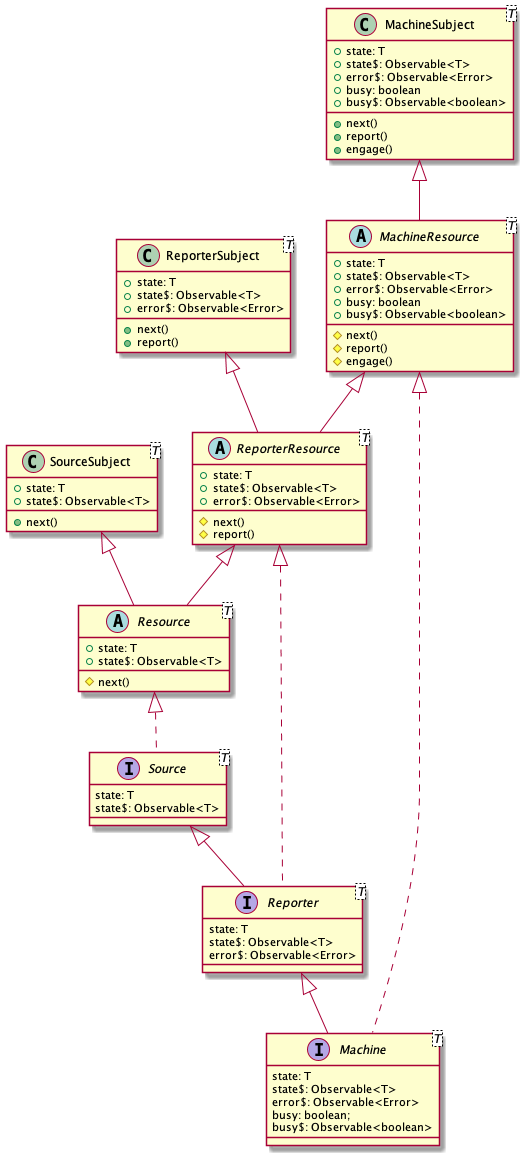
Above: assets/diagram.png in rafamel/komtrol (PlantUML), before the change.
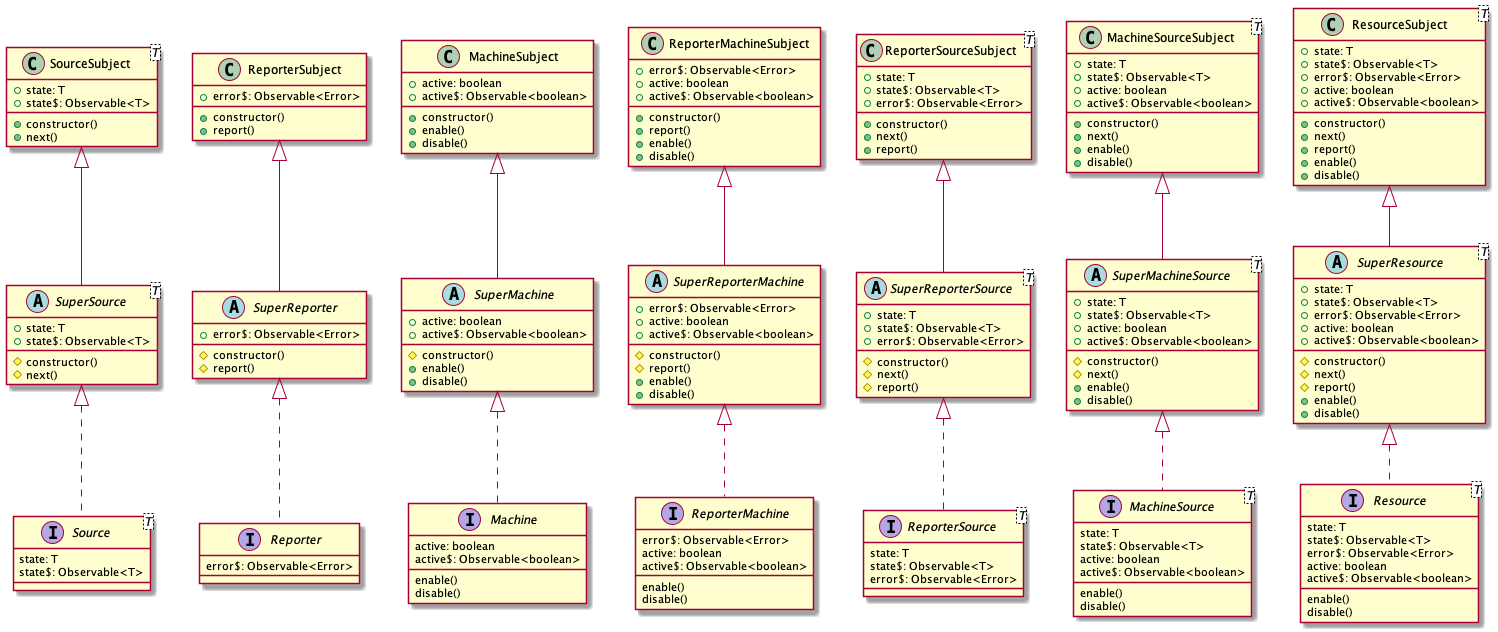
Above is the later version.

What changed in the source:
```diff
@@ -5,78 +5,190 @@
   state$: Observable<T>
 }
 
-Source <|-- Reporter
-interface Reporter<T> {
+SuperSource <|.. Source
+abstract class SuperSource<T> {
+  +state: T
+  +state$: Observable<T>
+  #constructor()
+  #next()
+}
+
+SourceSubject <|-- SuperSource
+class SourceSubject<T> {
+  +state: T
+  +state$: Observable<T>
+  +constructor()
+  +next()
+}
+
+interface Reporter {
+  error$: Observable<Error>
+}
+
+SuperReporter <|.. Reporter
+abstract class SuperReporter {
+  +error$: Observable<Error>
+  #constructor()
+  #report()
+}
+
+ReporterSubject <|-- SuperReporter
+class ReporterSubject {
+  +error$: Observable<Error>
+  +constructor()
+  +report()
+}
+
+interface Machine {
+  active: boolean
+  active$: Observable<boolean>
+  enable()
+  disable()
+}
+
+SuperMachine <|.. Machine
+abstract class SuperMachine {
+  +active: boolean
+  +active$: Observable<boolean>
+  #constructor()
+  +enable()
+  +disable()
+}
+
+MachineSubject <|-- SuperMachine
+class MachineSubject {
+  +active: boolean
+  +active$: Observable<boolean>
+  +constructor()
+  +enable()
+  +disable()
+}
+
+interface ReporterMachine {
+  error$: Observable<Error>
+  active: boolean
+  active$: Observable<boolean>
+  enable()
+  disable()
+}
+
+SuperReporterMachine <|.. ReporterMachine
+abstract class SuperReporterMachine {
+  +error$: Observable<Error>
+  +active: boolean
+  +active$: Observable<boolean>
+  #constructor()
+  #report()
+  +enable()
+  +disable()
+}
+
+ReporterMachineSubject <|-- SuperReporterMachine
+class ReporterMachineSubject {
+  +error$: Observable<Error>
+  +active: boolean
+  +active$: Observable<boolean>
+  +constructor()
+  +report()
+  +enable()
+  +disable()
+}
+
+interface ReporterSource<T> {
   state: T
   state$: Observable<T>
   error$: Observable<Error>
 }
 
-Reporter <|-- Machine
-interface Machine<T> {
-  state: T
-  state$: Observable<T>
-  error$: Observable<Error>
-  busy: boolean;
-  busy$: Observable<boolean>
-}
-
-Resource <|.. Source
-abstract class Resource<T> {
-  +state: T
-  +state$: Observable<T>
-  #next()
-}
-
-SourceSubject <|-- Resource
-class SourceSubject<T> {
-  +state: T
-  +state$: Observable<T>
-  +next()
-}
-
-ReporterResource <|.. Reporter
-ReporterResource <|-- Resource
-abstract class ReporterResource<T> {
+SuperReporterSource <|.. ReporterSource
+abstract class SuperReporterSource<T> {
   +state: T
   +state$: Observable<T>
   +error$: Observable<Error>
+  #constructor()
   #next()
   #report()
 }
 
-ReporterSubject <|-- ReporterResource
-class ReporterSubject<T> {
+ReporterSourceSubject <|-- SuperReporterSource
+class ReporterSourceSubject<T> {
   +state: T
   +state$: Observable<T>
   +error$: Observable<Error>
+  +constructor()
   +next()
   +report()
 }
 
-MachineResource <|.. Machine
-MachineResource <|-- ReporterResource
-abstract class MachineResource<T> {
+interface MachineSource<T> {
+  state: T
+  state$: Observable<T>
+  active: boolean
+  active$: Observable<boolean>
+  enable()
+  disable()
+}
+
+SuperMachineSource <|.. MachineSource
+abstract class SuperMachineSource<T> {
+  +state: T
+  +state$: Observable<T>
+  +active: boolean
+  +active$: Observable<boolean>
+  #constructor()
+  #next()
+  +enable()
+  +disable()
+}
+
+MachineSourceSubject <|-- SuperMachineSource
+class MachineSourceSubject<T> {
+  +state: T
+  +state$: Observable<T>
+  +active: boolean
+  +active$: Observable<boolean>
+  +constructor()
+  +next()
+  +enable()
+  +disable()
+}
+
+interface Resource<T> {
+  state: T
+  state$: Observable<T>
+  error$: Observable<Error>
+  active: boolean
+  active$: Observable<boolean>
+  enable()
+  disable()
+}
+
+SuperResource <|.. Resource
+abstract class SuperResource<T> {
   +state: T
   +state$: Observable<T>
   +error$: Observable<Error>
-  +busy: boolean
-  +busy$: Observable<boolean>
+  +active: boolean
+  +active$: Observable<boolean>
+  #constructor()
   #next()
   #report()
-  #engage()
+  +enable()
+  +disable()
 }
 
-MachineSubject <|-- MachineResource
-class MachineSubject<T> {
+ResourceSubject <|-- SuperResource
+class ResourceSubject<T> {
   +state: T
   +state$: Observable<T>
   +error$: Observable<Error>
-  +busy: boolean
-  +busy$: Observable<boolean>
+  +active: boolean
+  +active$: Observable<boolean>
+  +constructor()
   +next()
   +report()
-  +engage()
+  +enable()
+  +disable()
 }
 
 @enduml
```
